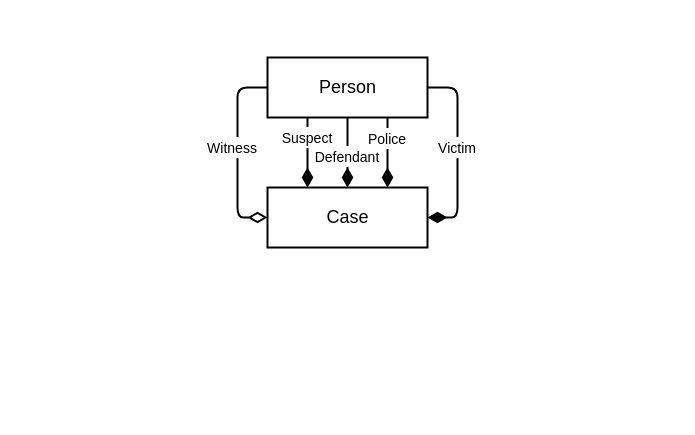
andrewharmellaw/deck-adopting-ddd-at-scale keeps this draw.io diagram as page "Case-Person-Classes" (4 of 12) of img/Adopting DDD at Scale Diagrams.drawio. Above is the earlier version. Source tidied: cells renumbered, new cells numbered last; positions are measured from the earlier drawing's top-left corner, leaving out a move shared by most shapes. Both pictures are drawn from the tidied source at 100%, with x=0, y=0 at pixel (17, 17).
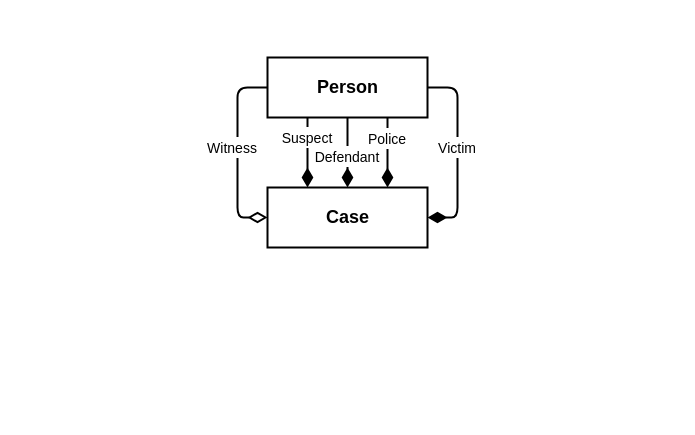
Above is the later version.

Diff of the diagram source:
```diff
@@
 <mxGraphModel>
   <root>
     <mxCell id="0" />
     <mxCell id="1" parent="0" />
     <mxCell id="2" style="rounded=0;whiteSpace=wrap;html=1;fontSize=18;dashed=1;dashPattern=1 4;opacity=0;" parent="1" vertex="1">
       <mxGeometry width="660" height="400" as="geometry" />
     </mxCell>
     <mxCell id="3" style="endArrow=none;html=1;endSize=12;startArrow=diamondThin;startSize=14;startFill=1;edgeStyle=orthogonalEdgeStyle;align=left;verticalAlign=bottom;entryX=0.5;entryY=1;entryDx=0;entryDy=0;endFill=0;exitX=0.5;exitY=0;exitDx=0;exitDy=0;strokeWidth=2;" parent="1" edge="1" source="5" target="4">
       <mxGeometry x="-1" y="3" relative="1" as="geometry" />
     </mxCell>
-    <mxCell id="4" value="Person" style="html=1;fontSize=18;strokeWidth=2;" parent="1" vertex="1">
+    <mxCell id="4" value="&lt;b&gt;Person&lt;/b&gt;" style="html=1;fontSize=18;strokeWidth=2;" parent="1" vertex="1">
       <mxGeometry x="250" y="40" width="160" height="60" as="geometry" />
     </mxCell>
-    <mxCell id="5" value="Case" style="html=1;fontSize=18;strokeWidth=2;" parent="1" vertex="1">
+    <mxCell id="5" value="&lt;b&gt;Case&lt;/b&gt;" style="html=1;fontSize=18;strokeWidth=2;" parent="1" vertex="1">
       <mxGeometry x="250" y="170" width="160" height="60" as="geometry" />
     </mxCell>
     <mxCell id="6" style="endArrow=none;html=1;endSize=12;startArrow=diamondThin;startSize=14;startFill=1;edgeStyle=orthogonalEdgeStyle;align=left;verticalAlign=bottom;entryX=0.25;entryY=1;entryDx=0;entryDy=0;endFill=0;exitX=0.25;exitY=0;exitDx=0;exitDy=0;strokeWidth=2;" parent="1" edge="1" source="5" target="4">
       <mxGeometry x="-1" y="3" relative="1" as="geometry" />
     </mxCell>
     <mxCell id="7" style="endArrow=none;html=1;endSize=12;startArrow=diamondThin;startSize=14;startFill=1;edgeStyle=orthogonalEdgeStyle;align=left;verticalAlign=bottom;entryX=0.75;entryY=1;entryDx=0;entryDy=0;endFill=0;exitX=0.75;exitY=0;exitDx=0;exitDy=0;strokeWidth=2;" parent="1" edge="1" source="5" target="4">
       <mxGeometry x="-1" y="3" relative="1" as="geometry" />
     </mxCell>
     <mxCell id="8" style="endArrow=none;html=1;endSize=12;startArrow=diamondThin;startSize=14;startFill=0;edgeStyle=orthogonalEdgeStyle;align=left;verticalAlign=bottom;entryX=0;entryY=0.5;entryDx=0;entryDy=0;endFill=0;exitX=0;exitY=0.5;exitDx=0;exitDy=0;strokeWidth=2;" parent="1" edge="1" source="5" target="4">
       <mxGeometry x="-1" y="3" relative="1" as="geometry">
         <Array as="points">
           <mxPoint x="220" y="200" />
           <mxPoint x="220" y="70" />
         </Array>
       </mxGeometry>
     </mxCell>
     <mxCell id="9" style="endArrow=none;html=1;endSize=12;startArrow=diamondThin;startSize=14;startFill=1;edgeStyle=orthogonalEdgeStyle;align=left;verticalAlign=bottom;entryX=1;entryY=0.5;entryDx=0;entryDy=0;endFill=0;exitX=1;exitY=0.5;exitDx=0;exitDy=0;strokeWidth=2;" parent="1" edge="1" source="5" target="4">
       <mxGeometry x="-1" y="3" relative="1" as="geometry">
         <Array as="points">
           <mxPoint x="440" y="200" />
           <mxPoint x="440" y="70" />
         </Array>
       </mxGeometry>
     </mxCell>
     <mxCell id="10" value="&lt;font style=&quot;font-size: 14px&quot;&gt;Witness&lt;/font&gt;" style="text;html=1;strokeColor=none;fillColor=none;align=center;verticalAlign=middle;whiteSpace=wrap;rounded=0;fontSize=18;labelBackgroundColor=#ffffff;" parent="1" vertex="1">
       <mxGeometry x="180" y="120" width="70" height="20" as="geometry" />
     </mxCell>
     <mxCell id="11" value="&lt;font style=&quot;font-size: 14px&quot;&gt;Suspect&lt;/font&gt;" style="text;html=1;strokeColor=none;fillColor=none;align=center;verticalAlign=middle;whiteSpace=wrap;rounded=0;fontSize=18;labelBackgroundColor=#ffffff;" parent="1" vertex="1">
       <mxGeometry x="255" y="110" width="70" height="20" as="geometry" />
     </mxCell>
     <mxCell id="12" value="&lt;font style=&quot;font-size: 14px&quot;&gt;Defendant&lt;/font&gt;" style="text;html=1;strokeColor=none;fillColor=none;align=center;verticalAlign=middle;whiteSpace=wrap;rounded=0;fontSize=18;labelBackgroundColor=#ffffff;" parent="1" vertex="1">
       <mxGeometry x="295" y="129" width="70" height="20" as="geometry" />
     </mxCell>
     <mxCell id="13" value="&lt;font style=&quot;font-size: 14px&quot;&gt;Victim&lt;/font&gt;" style="text;html=1;strokeColor=none;fillColor=none;align=center;verticalAlign=middle;whiteSpace=wrap;rounded=0;fontSize=18;labelBackgroundColor=#ffffff;" parent="1" vertex="1">
       <mxGeometry x="405" y="120" width="70" height="20" as="geometry" />
     </mxCell>
     <mxCell id="14" value="&lt;font style=&quot;font-size: 14px&quot;&gt;Police&lt;/font&gt;" style="text;html=1;strokeColor=none;fillColor=none;align=center;verticalAlign=middle;whiteSpace=wrap;rounded=0;fontSize=18;labelBackgroundColor=#ffffff;" parent="1" vertex="1">
       <mxGeometry x="335" y="111" width="70" height="20" as="geometry" />
     </mxCell>
   </root>
 </mxGraphModel>
```
